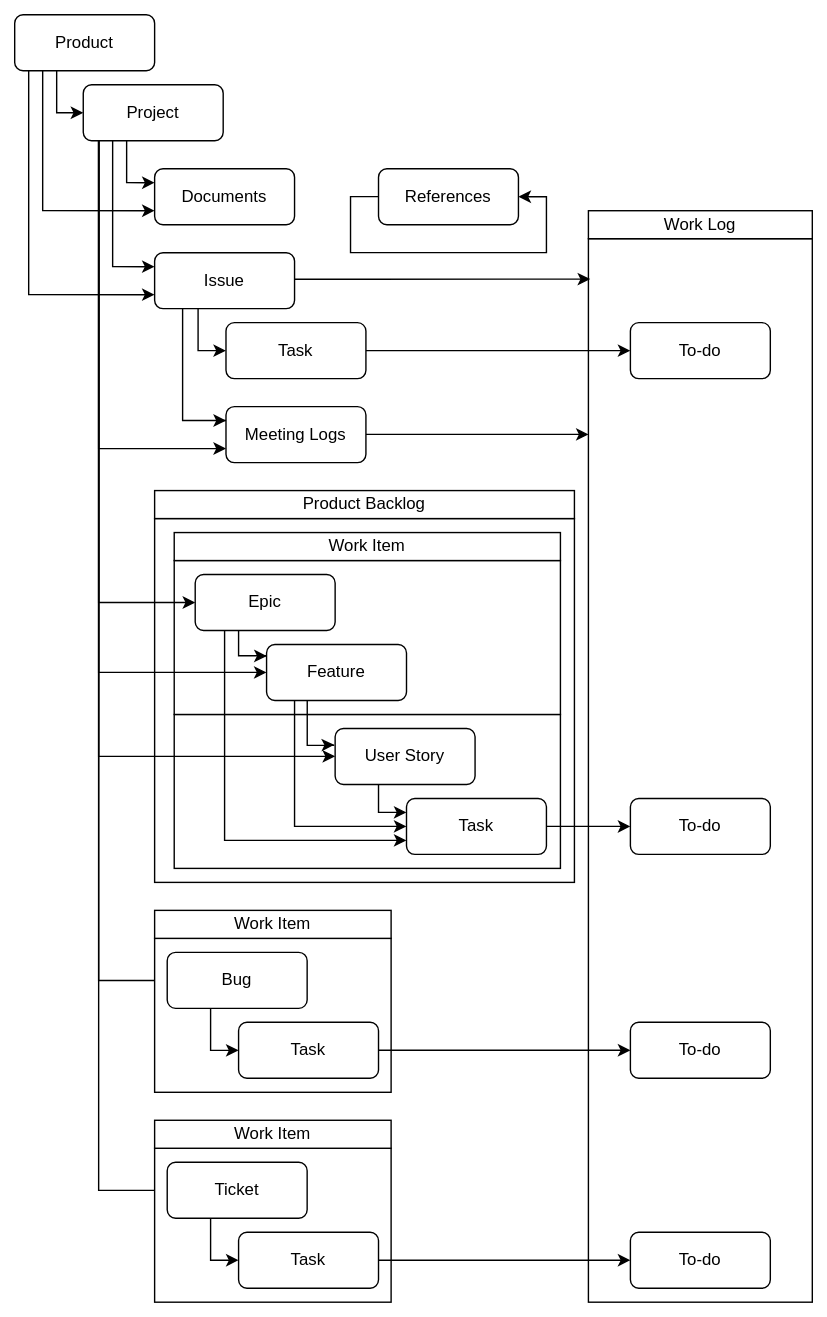
Above: assets/.draw.io/references/notion-usages.svg in jiholee-ntwglobal/jiholee-ntwglobal.github.io (draw.io), before the change. Source tidied: cells renumbered, new cells last; positions are measured from the earlier drawing's top-left corner, leaving out a move shared by most shapes.
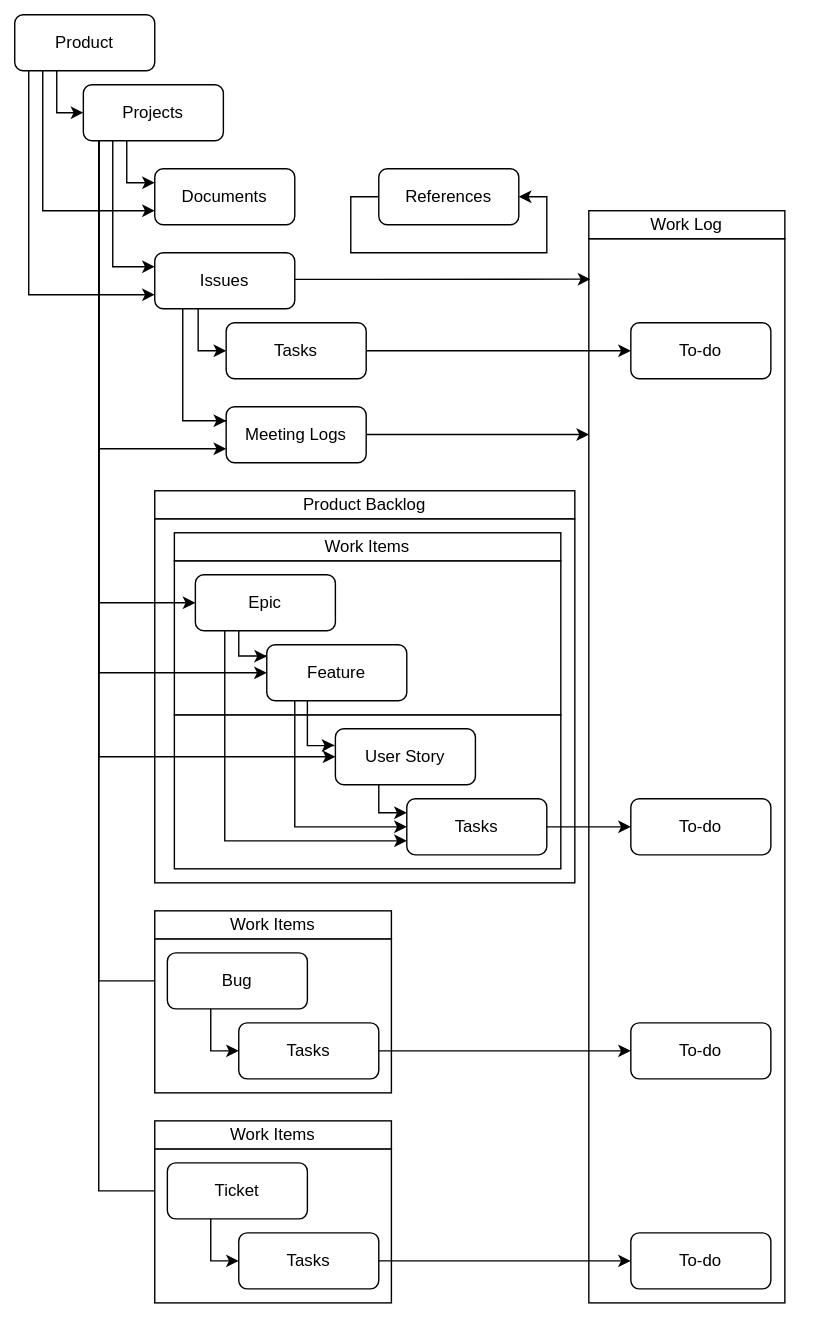
Above is the later version.

The edit, as a diff of the source:
```diff
@@ -3,7 +3,7 @@
     <mxCell id="0" />
     <mxCell id="1" parent="0" />
     <mxCell id="2" style="rounded=0;whiteSpace=wrap;html=1;strokeColor=none;" parent="1" vertex="1">
-      <mxGeometry width="590" height="940" as="geometry" />
+      <mxGeometry width="580" height="940" as="geometry" />
     </mxCell>
     <mxCell id="3" style="rounded=0;whiteSpace=wrap;html=1;" parent="1" vertex="1">
       <mxGeometry x="110" y="370" width="300" height="260" as="geometry" />
@@ -12,10 +12,10 @@
       <mxGeometry x="124" y="510" width="276" height="110" as="geometry" />
     </mxCell>
     <mxCell id="5" style="rounded=0;whiteSpace=wrap;html=1;" parent="1" vertex="1">
-      <mxGeometry x="420" y="170" width="160" height="760" as="geometry" />
+      <mxGeometry x="420" y="170" width="140" height="760" as="geometry" />
     </mxCell>
     <mxCell id="6" value="Work Log" style="rounded=0;whiteSpace=wrap;html=1;" parent="1" vertex="1">
-      <mxGeometry x="420" y="150" width="160" height="20" as="geometry" />
+      <mxGeometry x="420" y="150" width="140" height="20" as="geometry" />
     </mxCell>
     <mxCell id="7" value="Product Backlog" style="rounded=0;whiteSpace=wrap;html=1;" parent="1" vertex="1">
       <mxGeometry x="110" y="350" width="300" height="20" as="geometry" />
@@ -104,13 +104,13 @@
         </Array>
       </mxGeometry>
     </mxCell>
-    <mxCell id="21" value="Project" style="rounded=1;whiteSpace=wrap;html=1;fontSize=12;glass=0;strokeWidth=1;shadow=0;" parent="1" vertex="1">
+    <mxCell id="21" value="Projects" style="rounded=1;whiteSpace=wrap;html=1;fontSize=12;glass=0;strokeWidth=1;shadow=0;" parent="1" vertex="1">
       <mxGeometry x="59" y="60" width="100" height="40" as="geometry" />
     </mxCell>
     <mxCell id="22" style="edgeStyle=orthogonalEdgeStyle;rounded=0;jettySize=auto;html=1;entryX=0;entryY=0.5;entryDx=0;entryDy=0;" parent="1" edge="1" source="23" target="46">
       <mxGeometry relative="1" as="geometry" />
     </mxCell>
-    <mxCell id="23" value="Task" style="rounded=1;whiteSpace=wrap;html=1;fontSize=12;glass=0;strokeWidth=1;shadow=0;" parent="1" vertex="1">
+    <mxCell id="23" value="Tasks" style="rounded=1;whiteSpace=wrap;html=1;fontSize=12;glass=0;strokeWidth=1;shadow=0;" parent="1" vertex="1">
       <mxGeometry x="290" y="570" width="100" height="40" as="geometry" />
     </mxCell>
     <mxCell id="24" style="edgeStyle=orthogonalEdgeStyle;rounded=0;jettySize=auto;html=1;entryX=0;entryY=0.25;entryDx=0;entryDy=0;" parent="1" edge="1" source="25" target="23">
@@ -123,7 +123,7 @@
     <mxCell id="25" value="User Story" style="rounded=1;whiteSpace=wrap;html=1;fontSize=12;glass=0;strokeWidth=1;shadow=0;" parent="1" vertex="1">
       <mxGeometry x="239" y="520" width="100" height="40" as="geometry" />
     </mxCell>
-    <mxCell id="26" value="Work Item" style="rounded=0;whiteSpace=wrap;html=1;" parent="1" vertex="1">
+    <mxCell id="26" value="Work Items" style="rounded=0;whiteSpace=wrap;html=1;" parent="1" vertex="1">
       <mxGeometry x="124" y="380" width="276" height="20" as="geometry" />
     </mxCell>
     <mxCell id="27" style="edgeStyle=orthogonalEdgeStyle;rounded=0;jettySize=auto;html=1;entryX=0.001;entryY=0.206;entryDx=0;entryDy=0;entryPerimeter=0;" parent="1" edge="1" source="29" target="32">
@@ -166,13 +166,13 @@
     <mxCell id="33" style="rounded=0;whiteSpace=wrap;html=1;" parent="1" vertex="1">
       <mxGeometry x="110" y="670" width="169" height="110" as="geometry" />
     </mxCell>
-    <mxCell id="34" value="Work Item" style="rounded=0;whiteSpace=wrap;html=1;" parent="1" vertex="1">
+    <mxCell id="34" value="Work Items" style="rounded=0;whiteSpace=wrap;html=1;" parent="1" vertex="1">
       <mxGeometry x="110" y="650" width="169" height="20" as="geometry" />
     </mxCell>
     <mxCell id="35" style="edgeStyle=orthogonalEdgeStyle;rounded=0;jettySize=auto;html=1;" parent="1" edge="1" source="36" target="47">
       <mxGeometry relative="1" as="geometry" />
     </mxCell>
-    <mxCell id="36" value="Task" style="rounded=1;whiteSpace=wrap;html=1;fontSize=12;glass=0;strokeWidth=1;shadow=0;" parent="1" vertex="1">
+    <mxCell id="36" value="Tasks" style="rounded=1;whiteSpace=wrap;html=1;fontSize=12;glass=0;strokeWidth=1;shadow=0;" parent="1" vertex="1">
       <mxGeometry x="170" y="730" width="100" height="40" as="geometry" />
     </mxCell>
     <mxCell id="37" style="edgeStyle=orthogonalEdgeStyle;rounded=0;jettySize=auto;html=1;entryX=0;entryY=0.5;entryDx=0;entryDy=0;" parent="1" edge="1" source="38" target="36">
@@ -188,13 +188,13 @@
     <mxCell id="39" style="rounded=0;whiteSpace=wrap;html=1;" parent="1" vertex="1">
       <mxGeometry x="110" y="820" width="169" height="110" as="geometry" />
     </mxCell>
-    <mxCell id="40" value="Work Item" style="rounded=0;whiteSpace=wrap;html=1;" parent="1" vertex="1">
+    <mxCell id="40" value="Work Items" style="rounded=0;whiteSpace=wrap;html=1;" parent="1" vertex="1">
       <mxGeometry x="110" y="800" width="169" height="20" as="geometry" />
     </mxCell>
     <mxCell id="41" style="edgeStyle=orthogonalEdgeStyle;rounded=0;jettySize=auto;html=1;" parent="1" edge="1" source="42" target="48">
       <mxGeometry relative="1" as="geometry" />
     </mxCell>
-    <mxCell id="42" value="Task" style="rounded=1;whiteSpace=wrap;html=1;fontSize=12;glass=0;strokeWidth=1;shadow=0;" parent="1" vertex="1">
+    <mxCell id="42" value="Tasks" style="rounded=1;whiteSpace=wrap;html=1;fontSize=12;glass=0;strokeWidth=1;shadow=0;" parent="1" vertex="1">
       <mxGeometry x="170" y="880" width="100" height="40" as="geometry" />
     </mxCell>
     <mxCell id="43" style="edgeStyle=orthogonalEdgeStyle;rounded=0;jettySize=auto;html=1;entryX=0;entryY=0.5;entryDx=0;entryDy=0;" parent="1" edge="1" source="44" target="42">
@@ -222,7 +222,7 @@
     <mxCell id="49" style="edgeStyle=orthogonalEdgeStyle;rounded=0;jettySize=auto;html=1;" parent="1" edge="1" source="50" target="54">
       <mxGeometry relative="1" as="geometry" />
     </mxCell>
-    <mxCell id="50" value="Task" style="rounded=1;whiteSpace=wrap;html=1;fontSize=12;glass=0;strokeWidth=1;shadow=0;" parent="1" vertex="1">
+    <mxCell id="50" value="Tasks" style="rounded=1;whiteSpace=wrap;html=1;fontSize=12;glass=0;strokeWidth=1;shadow=0;" parent="1" vertex="1">
       <mxGeometry x="161" y="230" width="100" height="40" as="geometry" />
     </mxCell>
     <mxCell id="51" style="edgeStyle=orthogonalEdgeStyle;rounded=0;jettySize=auto;html=1;entryX=0;entryY=0.5;entryDx=0;entryDy=0;" parent="1" edge="1" source="53" target="50">
@@ -240,7 +240,7 @@
         </Array>
       </mxGeometry>
     </mxCell>
-    <mxCell id="53" value="Issue" style="rounded=1;whiteSpace=wrap;html=1;fontSize=12;glass=0;strokeWidth=1;shadow=0;" parent="1" vertex="1">
+    <mxCell id="53" value="Issues" style="rounded=1;whiteSpace=wrap;html=1;fontSize=12;glass=0;strokeWidth=1;shadow=0;" parent="1" vertex="1">
       <mxGeometry x="110" y="180" width="100" height="40" as="geometry" />
     </mxCell>
     <mxCell id="54" value="To-do" style="rounded=1;whiteSpace=wrap;html=1;fontSize=12;glass=0;strokeWidth=1;shadow=0;" parent="1" vertex="1">
```
